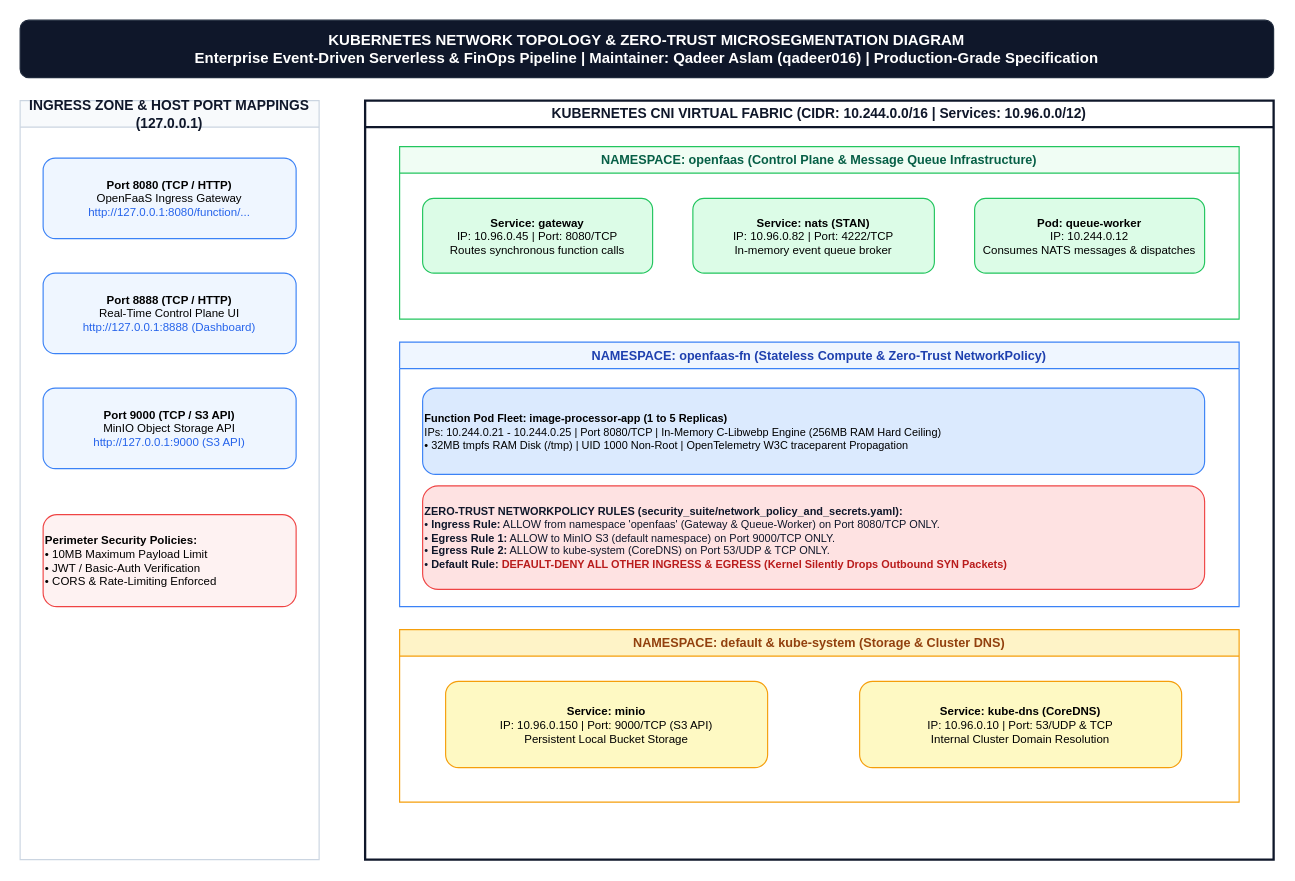
The draw.io diagram page "2. Network Topology & Microsegmentation" (2 of 6) of architecture_diagrams/all.drawio in qadeeraay/serverless-cost-pipeline, before the edit. Source tidied: cells renumbered, new cells numbered last; positions are measured from the earlier drawing's top-left corner, leaving out a move shared by most shapes. Both pictures are drawn from the tidied source at 115%, with x=0, y=0 at pixel (20, 20).
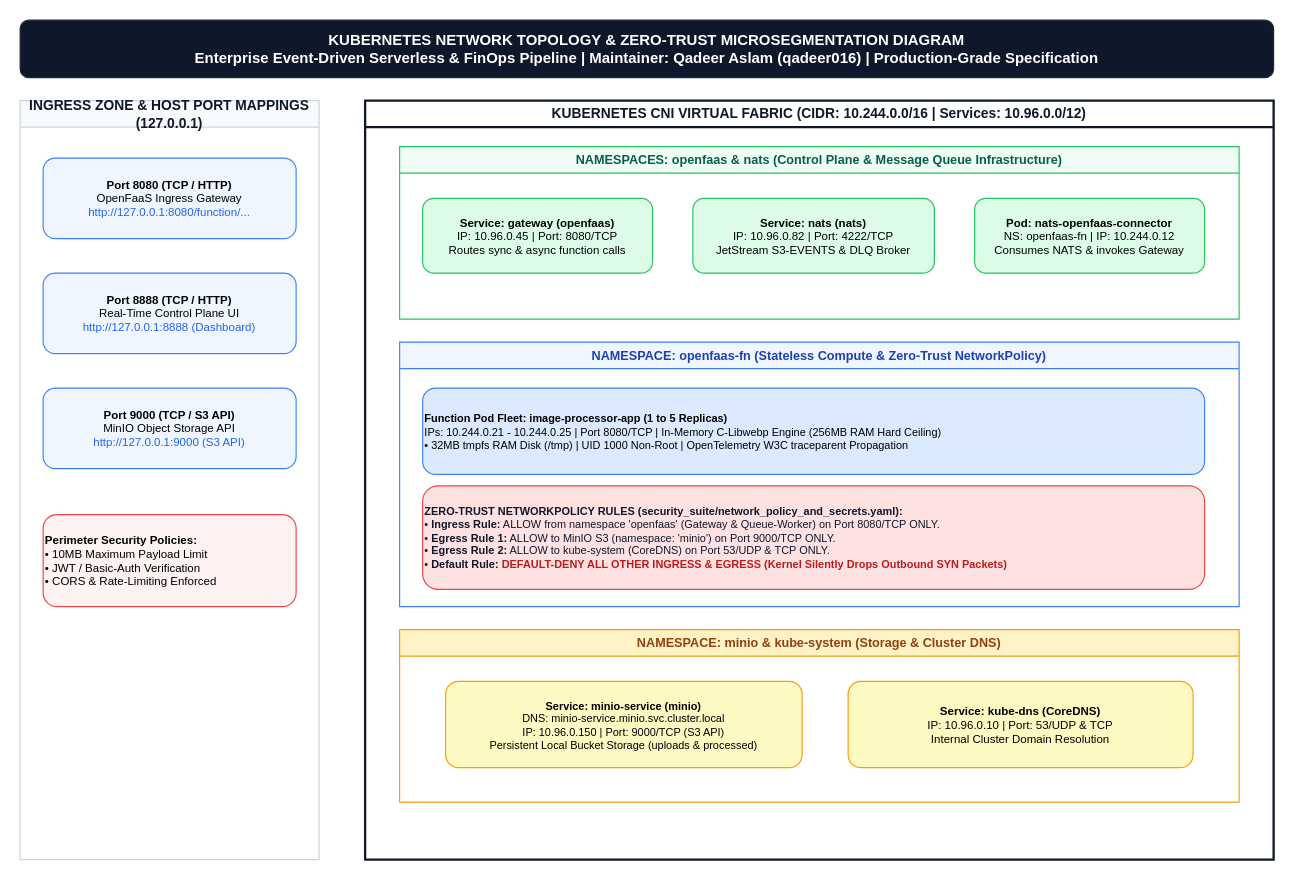
The same diagram, later.

Commit message (it also covers changes not shown here):
docs: update architecture documentation and diagrams to reflect minio namespace migration

What changed in the source:
```diff
@@
 <mxGraphModel background="#ffffff">
   <root>
     <mxCell id="0" />
     <mxCell id="1" parent="0" />
     <mxCell id="2" value="KUBERNETES NETWORK TOPOLOGY &amp; ZERO-TRUST MICROSEGMENTATION DIAGRAM&#10;Enterprise Event-Driven Serverless &amp; FinOps Pipeline | Maintainer: Qadeer Aslam (qadeer016) | Production-Grade Specification" style="rounded=1;whiteSpace=wrap;html=1;fillColor=#0f172a;strokeColor=#1e293b;fontColor=#ffffff;fontSize=13;fontStyle=1;align=center;" parent="1" vertex="1">
       <mxGeometry width="1090" height="50" as="geometry" />
     </mxCell>
     <mxCell id="3" value="INGRESS ZONE &amp; HOST PORT MAPPINGS (127.0.0.1)" style="swimlane;whiteSpace=wrap;html=1;fillColor=#f8fafc;strokeColor=#cbd5e1;fontColor=#0f172a;fontSize=12;fontStyle=1;" parent="1" vertex="1">
       <mxGeometry y="70" width="260" height="660" as="geometry" />
     </mxCell>
     <mxCell id="4" value="&lt;b&gt;Port 8080 (TCP / HTTP)&lt;/b&gt;&lt;br&gt;OpenFaaS Ingress Gateway&lt;br&gt;&lt;font color='#2563eb'&gt;http://127.0.0.1:8080/function/...&lt;/font&gt;" style="rounded=1;whiteSpace=wrap;html=1;fillColor=#eff6ff;strokeColor=#3b82f6;fontSize=10;" parent="3" vertex="1">
       <mxGeometry x="20" y="50" width="220" height="70" as="geometry" />
     </mxCell>
     <mxCell id="5" value="&lt;b&gt;Port 8888 (TCP / HTTP)&lt;/b&gt;&lt;br&gt;Real-Time Control Plane UI&lt;br&gt;&lt;font color='#2563eb'&gt;http://127.0.0.1:8888 (Dashboard)&lt;/font&gt;" style="rounded=1;whiteSpace=wrap;html=1;fillColor=#eff6ff;strokeColor=#3b82f6;fontSize=10;" parent="3" vertex="1">
       <mxGeometry x="20" y="150" width="220" height="70" as="geometry" />
     </mxCell>
     <mxCell id="6" value="&lt;b&gt;Port 9000 (TCP / S3 API)&lt;/b&gt;&lt;br&gt;MinIO Object Storage API&lt;br&gt;&lt;font color='#2563eb'&gt;http://127.0.0.1:9000 (S3 API)&lt;/font&gt;" style="rounded=1;whiteSpace=wrap;html=1;fillColor=#eff6ff;strokeColor=#3b82f6;fontSize=10;" parent="3" vertex="1">
       <mxGeometry x="20" y="250" width="220" height="70" as="geometry" />
     </mxCell>
     <mxCell id="7" value="&lt;b&gt;Perimeter Security Policies:&lt;/b&gt;&lt;br&gt;• 10MB Maximum Payload Limit&lt;br&gt;• JWT / Basic-Auth Verification&lt;br&gt;• CORS &amp; Rate-Limiting Enforced" style="rounded=1;whiteSpace=wrap;html=1;fillColor=#fef2f2;strokeColor=#ef4444;fontSize=10;align=left;" parent="3" vertex="1">
       <mxGeometry x="20" y="360" width="220" height="80" as="geometry" />
     </mxCell>
     <mxCell id="8" value="KUBERNETES CNI VIRTUAL FABRIC (CIDR: 10.244.0.0/16 | Services: 10.96.0.0/12)" style="swimlane;whiteSpace=wrap;html=1;fillColor=#ffffff;strokeColor=#0f172a;strokeWidth=2;fontColor=#0f172a;fontSize=12;fontStyle=1;" parent="1" vertex="1">
       <mxGeometry x="300" y="70" width="790" height="660" as="geometry" />
     </mxCell>
-    <mxCell id="9" value="NAMESPACE: openfaas (Control Plane &amp; Message Queue Infrastructure)" style="swimlane;whiteSpace=wrap;html=1;fillColor=#f0fdf4;strokeColor=#22c55e;fontColor=#065f46;fontSize=11;fontStyle=1;" parent="8" vertex="1">
+    <mxCell id="9" value="NAMESPACES: openfaas &amp; nats (Control Plane &amp; Message Queue Infrastructure)" style="swimlane;whiteSpace=wrap;html=1;fillColor=#f0fdf4;strokeColor=#22c55e;fontColor=#065f46;fontSize=11;fontStyle=1;" parent="8" vertex="1">
       <mxGeometry x="30" y="40" width="730" height="150" as="geometry" />
     </mxCell>
-    <mxCell id="10" value="&lt;b&gt;Service: gateway&lt;/b&gt;&lt;br&gt;IP: 10.96.0.45 | Port: 8080/TCP&lt;br&gt;Routes synchronous function calls" style="rounded=1;whiteSpace=wrap;html=1;fillColor=#dcfce7;strokeColor=#22c55e;fontSize=10;" parent="9" vertex="1">
+    <mxCell id="10" value="&lt;b&gt;Service: gateway (openfaas)&lt;/b&gt;&lt;br&gt;IP: 10.96.0.45 | Port: 8080/TCP&lt;br&gt;Routes sync &amp; async function calls" style="rounded=1;whiteSpace=wrap;html=1;fillColor=#dcfce7;strokeColor=#22c55e;fontSize=10;" parent="9" vertex="1">
       <mxGeometry x="20" y="45" width="200" height="65" as="geometry" />
     </mxCell>
-    <mxCell id="11" value="&lt;b&gt;Service: nats (STAN)&lt;/b&gt;&lt;br&gt;IP: 10.96.0.82 | Port: 4222/TCP&lt;br&gt;In-memory event queue broker" style="rounded=1;whiteSpace=wrap;html=1;fillColor=#dcfce7;strokeColor=#22c55e;fontSize=10;" parent="9" vertex="1">
+    <mxCell id="11" value="&lt;b&gt;Service: nats (nats)&lt;/b&gt;&lt;br&gt;IP: 10.96.0.82 | Port: 4222/TCP&lt;br&gt;JetStream S3-EVENTS &amp; DLQ Broker" style="rounded=1;whiteSpace=wrap;html=1;fillColor=#dcfce7;strokeColor=#22c55e;fontSize=10;" parent="9" vertex="1">
       <mxGeometry x="255" y="45" width="210" height="65" as="geometry" />
     </mxCell>
-    <mxCell id="12" value="&lt;b&gt;Pod: queue-worker&lt;/b&gt;&lt;br&gt;IP: 10.244.0.12&lt;br&gt;Consumes NATS messages &amp; dispatches" style="rounded=1;whiteSpace=wrap;html=1;fillColor=#dcfce7;strokeColor=#22c55e;fontSize=10;" parent="9" vertex="1">
+    <mxCell id="12" value="&lt;b&gt;Pod: nats-openfaas-connector&lt;/b&gt;&lt;br&gt;NS: openfaas-fn | IP: 10.244.0.12&lt;br&gt;Consumes NATS &amp; invokes Gateway" style="rounded=1;whiteSpace=wrap;html=1;fillColor=#dcfce7;strokeColor=#22c55e;fontSize=10;" parent="9" vertex="1">
       <mxGeometry x="500" y="45" width="200" height="65" as="geometry" />
     </mxCell>
     <mxCell id="13" value="NAMESPACE: openfaas-fn (Stateless Compute &amp; Zero-Trust NetworkPolicy)" style="swimlane;whiteSpace=wrap;html=1;fillColor=#eff6ff;strokeColor=#3b82f6;fontColor=#1e40af;fontSize=11;fontStyle=1;" parent="8" vertex="1">
       <mxGeometry x="30" y="210" width="730" height="230" as="geometry" />
     </mxCell>
     <mxCell id="14" value="&lt;b&gt;Function Pod Fleet: image-processor-app (1 to 5 Replicas)&lt;/b&gt;&lt;br&gt;IPs: 10.244.0.21 - 10.244.0.25 | Port 8080/TCP | In-Memory C-Libwebp Engine (256MB RAM Hard Ceiling)&lt;br&gt;• 32MB tmpfs RAM Disk (/tmp) | UID 1000 Non-Root | OpenTelemetry W3C traceparent Propagation" style="rounded=1;whiteSpace=wrap;html=1;fillColor=#dbeafe;strokeColor=#3b82f6;fontSize=9.5;align=left;" parent="13" vertex="1">
       <mxGeometry x="20" y="40" width="680" height="75" as="geometry" />
     </mxCell>
-    <mxCell id="15" value="&lt;b&gt;ZERO-TRUST NETWORKPOLICY RULES (security_suite/network_policy_and_secrets.yaml):&lt;/b&gt;&lt;br&gt;• &lt;b&gt;Ingress Rule:&lt;/b&gt; ALLOW from namespace 'openfaas' (Gateway &amp; Queue-Worker) on Port 8080/TCP ONLY.&lt;br&gt;• &lt;b&gt;Egress Rule 1:&lt;/b&gt; ALLOW to MinIO S3 (default namespace) on Port 9000/TCP ONLY.&lt;br&gt;• &lt;b&gt;Egress Rule 2:&lt;/b&gt; ALLOW to kube-system (CoreDNS) on Port 53/UDP &amp; TCP ONLY.&lt;br&gt;• &lt;b&gt;Default Rule:&lt;/b&gt; &lt;font color='#b91c1c'&gt;&lt;b&gt;DEFAULT-DENY ALL OTHER INGRESS &amp; EGRESS (Kernel Silently Drops Outbound SYN Packets)&lt;/b&gt;&lt;/font&gt;" style="rounded=1;whiteSpace=wrap;html=1;fillColor=#fee2e2;strokeColor=#ef4444;fontColor=#0f172a;fontSize=9.5;align=left;" parent="13" vertex="1">
+    <mxCell id="15" value="&lt;b&gt;ZERO-TRUST NETWORKPOLICY RULES (security_suite/network_policy_and_secrets.yaml):&lt;/b&gt;&lt;br&gt;• &lt;b&gt;Ingress Rule:&lt;/b&gt; ALLOW from namespace 'openfaas' (Gateway &amp; Queue-Worker) on Port 8080/TCP ONLY.&lt;br&gt;• &lt;b&gt;Egress Rule 1:&lt;/b&gt; ALLOW to MinIO S3 (namespace: 'minio') on Port 9000/TCP ONLY.&lt;br&gt;• &lt;b&gt;Egress Rule 2:&lt;/b&gt; ALLOW to kube-system (CoreDNS) on Port 53/UDP &amp; TCP ONLY.&lt;br&gt;• &lt;b&gt;Default Rule:&lt;/b&gt; &lt;font color='#b91c1c'&gt;&lt;b&gt;DEFAULT-DENY ALL OTHER INGRESS &amp; EGRESS (Kernel Silently Drops Outbound SYN Packets)&lt;/b&gt;&lt;/font&gt;" style="rounded=1;whiteSpace=wrap;html=1;fillColor=#fee2e2;strokeColor=#ef4444;fontColor=#0f172a;fontSize=9.5;align=left;" parent="13" vertex="1">
       <mxGeometry x="20" y="125" width="680" height="90" as="geometry" />
     </mxCell>
-    <mxCell id="16" value="NAMESPACE: default &amp; kube-system (Storage &amp; Cluster DNS)" style="swimlane;whiteSpace=wrap;html=1;fillColor=#fef3c7;strokeColor=#f59e0b;fontColor=#92400e;fontSize=11;fontStyle=1;" parent="8" vertex="1">
+    <mxCell id="16" value="NAMESPACE: minio &amp; kube-system (Storage &amp; Cluster DNS)" style="swimlane;whiteSpace=wrap;html=1;fillColor=#fef3c7;strokeColor=#f59e0b;fontColor=#92400e;fontSize=11;fontStyle=1;" parent="8" vertex="1">
       <mxGeometry x="30" y="460" width="730" height="150" as="geometry" />
     </mxCell>
-    <mxCell id="17" value="&lt;b&gt;Service: minio&lt;/b&gt;&lt;br&gt;IP: 10.96.0.150 | Port: 9000/TCP (S3 API)&lt;br&gt;Persistent Local Bucket Storage" style="rounded=1;whiteSpace=wrap;html=1;fillColor=#fef9c3;strokeColor=#f59e0b;fontSize=10;" parent="16" vertex="1">
-      <mxGeometry x="40" y="45" width="280" height="75" as="geometry" />
+    <mxCell id="17" value="&lt;b&gt;Service: minio-service (minio)&lt;/b&gt;&lt;br&gt;DNS: minio-service.minio.svc.cluster.local&lt;br&gt;IP: 10.96.0.150 | Port: 9000/TCP (S3 API)&lt;br&gt;Persistent Local Bucket Storage (uploads &amp; processed)" style="rounded=1;whiteSpace=wrap;html=1;fillColor=#fef9c3;strokeColor=#f59e0b;fontSize=9.5;" parent="16" vertex="1">
+      <mxGeometry x="40" y="45" width="310" height="75" as="geometry" />
     </mxCell>
     <mxCell id="18" value="&lt;b&gt;Service: kube-dns (CoreDNS)&lt;/b&gt;&lt;br&gt;IP: 10.96.0.10 | Port: 53/UDP &amp; TCP&lt;br&gt;Internal Cluster Domain Resolution" style="rounded=1;whiteSpace=wrap;html=1;fillColor=#fef9c3;strokeColor=#f59e0b;fontSize=10;" parent="16" vertex="1">
-      <mxGeometry x="400" y="45" width="280" height="75" as="geometry" />
+      <mxGeometry x="390" y="45" width="300" height="75" as="geometry" />
     </mxCell>
   </root>
 </mxGraphModel>
```
